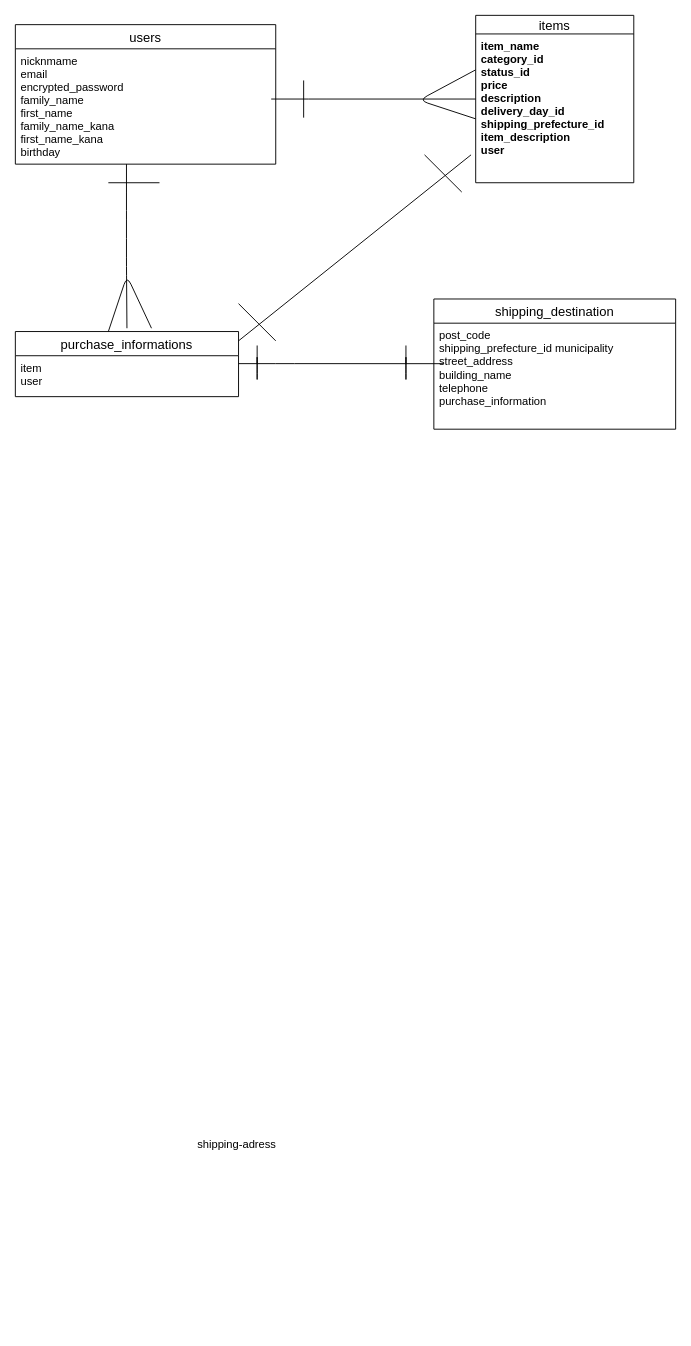
Above: ER.dio in srho1212/furima-41247 (draw.io), before the change. Source tidied: cells renumbered, new cells numbered last; positions are measured from the earlier drawing's top-left corner, leaving out a move shared by most shapes. Both pictures are drawn from the tidied source at 93%, with x=0, y=0 at pixel (15, 15).
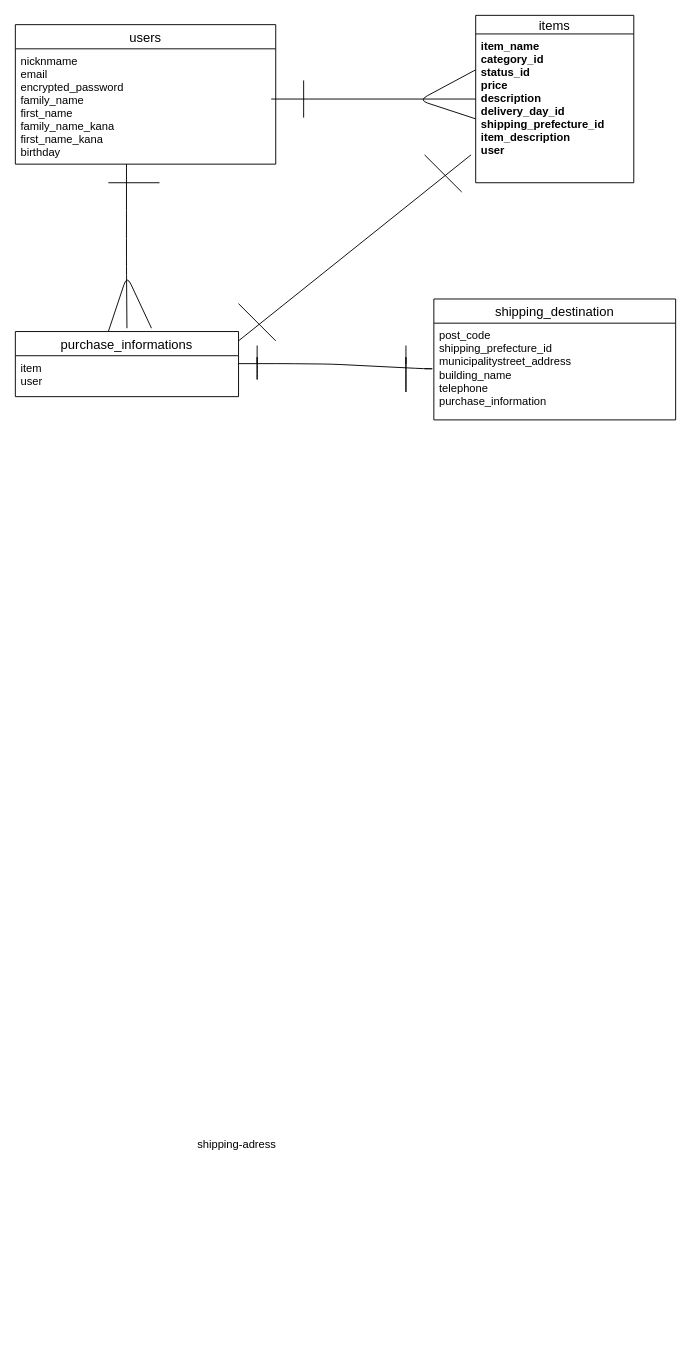
The same page after the edit.

Commit message (it also covers changes not shown here):
データーベース修正７

The edit, as a diff of the source:
```diff
@@
     <mxCell id="6" value="shipping_destination" style="swimlane;fontStyle=0;horizontal=1;startSize=26;align=center;fontSize=14;" parent="1" vertex="1">
-      <mxGeometry x="450" y="305" width="260" height="140" as="geometry" />
+      <mxGeometry x="450" y="305" width="260" height="130" as="geometry" />
     </mxCell>
-    <mxCell id="7" value="post_code&#10;shipping_prefecture_id municipality&#10;street_address&#10;building_name&#10;telephone&#10;purchase_information &#10;" style="text;strokeColor=none;fillColor=none;spacingLeft=4;spacingRight=4;overflow=hidden;points=[[0,0.5],[1,0.5]];portConstraint=eastwest;fontSize=12;" parent="6" vertex="1">
-      <mxGeometry y="26" width="260" height="114" as="geometry" />
+    <mxCell id="7" value="post_code&#10;shipping_prefecture_id &#10;municipalitystreet_address&#10;building_name&#10;telephone&#10;purchase_information &#10;" style="text;strokeColor=none;fillColor=none;spacingLeft=4;spacingRight=4;overflow=hidden;points=[[0,0.5],[1,0.5]];portConstraint=eastwest;fontSize=12;" parent="6" vertex="1">
+      <mxGeometry y="26" width="260" height="104" as="geometry" />
     </mxCell>
@@
     <mxCell id="18" style="endArrow=none;html=1;" parent="1" edge="1">
       <mxGeometry relative="1" as="geometry">
         <mxPoint x="420" y="375" as="sourcePoint" />
         <mxPoint x="420" y="355" as="targetPoint" />
         <Array as="points">
           <mxPoint x="420" y="365" />
           <mxPoint x="420" y="375" />
-          <mxPoint x="420" y="395" />
+          <mxPoint x="420" y="410" />
         </Array>
       </mxGeometry>
     </mxCell>
@@
-    <mxCell id="21" style="endArrow=none;html=1;entryX=0.038;entryY=0.382;entryDx=0;entryDy=0;entryPerimeter=0;" parent="1" edge="1" target="7">
+    <mxCell id="21" style="endArrow=none;html=1;" parent="1" edge="1">
       <mxGeometry relative="1" as="geometry">
         <mxPoint x="240" y="374.5" as="sourcePoint" />
+        <mxPoint x="440" y="380" as="targetPoint" />
         <Array as="points">
           <mxPoint x="290" y="374.5" />
+          <mxPoint x="340" y="375" />
+          <mxPoint x="440" y="380" />
+          <mxPoint x="450" y="380" />
         </Array>
       </mxGeometry>
     </mxCell>
```
